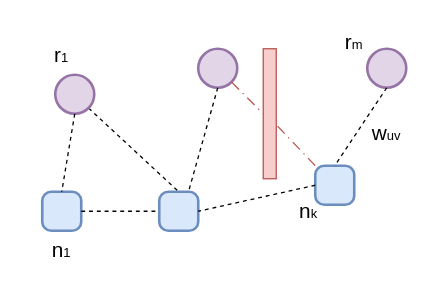
The draw.io diagram Dissertation/images/drawio/ch2_system_graph.drawio in Dima12101/SPbU-Phd-LaTeX-Dissertation, before the edit. Source tidied: cells renumbered, new cells numbered last; positions are measured from the earlier drawing's top-left corner, leaving out a move shared by most shapes. Both pictures are drawn from the tidied source at 130%, with x=0, y=0 at pixel (22, 22).
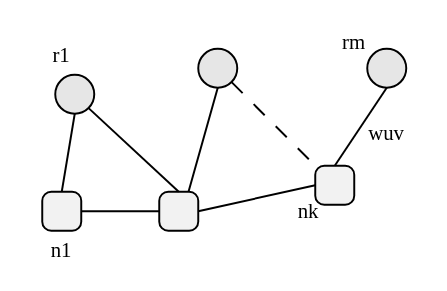
After the change.

Change to the diagram source:
```diff
@@
-<mxGraphModel>
+<mxGraphModel background="#ffffff">
@@
-    <mxCell id="2" style="rounded=1;whiteSpace=wrap;html=1;absoluteArcSize=1;arcSize=14;strokeWidth=2;fillColor=#dae8fc;strokeColor=#6c8ebf;" parent="1" vertex="1">
+    <mxCell id="2" style="rounded=1;whiteSpace=wrap;html=1;absoluteArcSize=1;arcSize=14;strokeWidth=1.5;fillColor=#f2f2f2;strokeColor=#000000;fontColor=#000000;fontFamily=Times New Roman;shadow=0;gradientColor=none;glass=0;fontSize=16;" parent="1" vertex="1">
       <mxGeometry x="15" y="130" width="30" height="30" as="geometry" />
     </mxCell>
-    <mxCell id="3" style="rounded=1;whiteSpace=wrap;html=1;absoluteArcSize=1;arcSize=14;strokeWidth=2;fillColor=#dae8fc;strokeColor=#6c8ebf;" parent="1" vertex="1">
+    <mxCell id="3" style="rounded=1;whiteSpace=wrap;html=1;absoluteArcSize=1;arcSize=14;strokeWidth=1.5;fillColor=#f2f2f2;strokeColor=#000000;fontColor=#000000;fontFamily=Times New Roman;shadow=0;gradientColor=none;glass=0;fontSize=16;" parent="1" vertex="1">
       <mxGeometry x="105" y="130" width="30" height="30" as="geometry" />
     </mxCell>
-    <mxCell id="4" style="rounded=1;whiteSpace=wrap;html=1;absoluteArcSize=1;arcSize=14;strokeWidth=2;fillColor=#dae8fc;strokeColor=#6c8ebf;" parent="1" vertex="1">
+    <mxCell id="4" style="rounded=1;whiteSpace=wrap;html=1;absoluteArcSize=1;arcSize=14;strokeWidth=1.5;fillColor=#f2f2f2;strokeColor=#000000;fontColor=#000000;fontFamily=Times New Roman;shadow=0;gradientColor=none;glass=0;fontSize=16;" parent="1" vertex="1">
       <mxGeometry x="225" y="110" width="30" height="30" as="geometry" />
     </mxCell>
-    <mxCell id="5" style="rounded=0;jettySize=auto;html=1;entryX=0.5;entryY=0;entryDx=0;entryDy=0;endArrow=none;endFill=0;dashed=1;exitX=0.855;exitY=0.855;exitDx=0;exitDy=0;exitPerimeter=0;" parent="1" edge="1" source="6" target="3">
+    <mxCell id="5" style="rounded=0;jettySize=auto;html=1;entryX=0.5;entryY=0;entryDx=0;entryDy=0;endArrow=none;endFill=0;exitX=0.855;exitY=0.855;exitDx=0;exitDy=0;exitPerimeter=0;strokeColor=#000000;fontColor=#000000;strokeWidth=1.5;fontFamily=Times New Roman;fontSize=16;labelBackgroundColor=#ffffff;shadow=0;" parent="1" edge="1" source="6" target="3">
       <mxGeometry relative="1" as="geometry" />
     </mxCell>
-    <mxCell id="6" style="strokeWidth=2;html=1;shape=mxgraph.flowchart.start_2;whiteSpace=wrap;fillColor=#e1d5e7;strokeColor=#9673a6;" parent="1" vertex="1">
+    <mxCell id="6" style="strokeWidth=1.5;html=1;shape=mxgraph.flowchart.start_2;whiteSpace=wrap;fillColor=#e6e6e6;strokeColor=#000000;fontColor=#000000;fontFamily=Times New Roman;shadow=0;gradientColor=none;glass=0;fontSize=16;" parent="1" vertex="1">
       <mxGeometry x="25" y="40" width="30" height="30" as="geometry" />
     </mxCell>
-    <mxCell id="7" style="rounded=0;jettySize=auto;html=1;entryX=0.5;entryY=0;entryDx=0;entryDy=0;endArrow=none;endFill=0;dashed=1;exitX=0.5;exitY=1;exitDx=0;exitDy=0;exitPerimeter=0;" parent="1" edge="1" source="6" target="2">
+    <mxCell id="7" style="rounded=0;jettySize=auto;html=1;entryX=0.5;entryY=0;entryDx=0;entryDy=0;endArrow=none;endFill=0;exitX=0.5;exitY=1;exitDx=0;exitDy=0;exitPerimeter=0;strokeColor=#000000;fontColor=#000000;strokeWidth=1.5;fontFamily=Times New Roman;fontSize=16;labelBackgroundColor=#ffffff;shadow=0;" parent="1" edge="1" source="6" target="2">
       <mxGeometry relative="1" as="geometry" />
     </mxCell>
-    <mxCell id="8" style="strokeWidth=2;html=1;shape=mxgraph.flowchart.start_2;whiteSpace=wrap;fillColor=#e1d5e7;strokeColor=#9673a6;" parent="1" vertex="1">
+    <mxCell id="8" style="strokeWidth=1.5;html=1;shape=mxgraph.flowchart.start_2;whiteSpace=wrap;fillColor=#e6e6e6;strokeColor=#000000;fontColor=#000000;fontFamily=Times New Roman;shadow=0;gradientColor=none;glass=0;fontSize=16;" parent="1" vertex="1">
       <mxGeometry x="135" y="20" width="30" height="30" as="geometry" />
     </mxCell>
-    <mxCell id="9" style="rounded=0;jettySize=auto;html=1;entryX=0.75;entryY=0;entryDx=0;entryDy=0;endArrow=none;endFill=0;dashed=1;exitX=0.5;exitY=1;exitDx=0;exitDy=0;exitPerimeter=0;" parent="1" edge="1" source="8" target="3">
+    <mxCell id="9" style="rounded=0;jettySize=auto;html=1;entryX=0.75;entryY=0;entryDx=0;entryDy=0;endArrow=none;endFill=0;exitX=0.5;exitY=1;exitDx=0;exitDy=0;exitPerimeter=0;strokeColor=#000000;fontColor=#000000;strokeWidth=1.5;fontFamily=Times New Roman;fontSize=16;labelBackgroundColor=#ffffff;shadow=0;" parent="1" edge="1" source="8" target="3">
       <mxGeometry relative="1" as="geometry" />
     </mxCell>
-    <mxCell id="10" style="rounded=0;jettySize=auto;html=1;entryX=0;entryY=0.5;entryDx=0;entryDy=0;endArrow=none;endFill=0;dashed=1;exitX=1;exitY=0.5;exitDx=0;exitDy=0;" parent="1" edge="1" source="2" target="3">
+    <mxCell id="10" style="rounded=0;jettySize=auto;html=1;entryX=0;entryY=0.5;entryDx=0;entryDy=0;endArrow=none;endFill=0;exitX=1;exitY=0.5;exitDx=0;exitDy=0;strokeColor=#000000;fontColor=#000000;strokeWidth=1.5;fontFamily=Times New Roman;fontSize=16;labelBackgroundColor=#ffffff;shadow=0;" parent="1" edge="1" source="2" target="3">
       <mxGeometry relative="1" as="geometry" />
     </mxCell>
-    <mxCell id="11" style="strokeWidth=2;html=1;shape=mxgraph.flowchart.start_2;whiteSpace=wrap;fillColor=#e1d5e7;strokeColor=#9673a6;" parent="1" vertex="1">
+    <mxCell id="11" style="strokeWidth=1.5;html=1;shape=mxgraph.flowchart.start_2;whiteSpace=wrap;fillColor=#e6e6e6;strokeColor=#000000;fontColor=#000000;fontFamily=Times New Roman;shadow=0;gradientColor=none;glass=0;fontSize=16;" parent="1" vertex="1">
       <mxGeometry x="265" y="20" width="30" height="30" as="geometry" />
     </mxCell>
-    <mxCell id="12" style="rounded=0;jettySize=auto;html=1;entryX=1;entryY=0.5;entryDx=0;entryDy=0;endArrow=none;endFill=0;dashed=1;exitX=0;exitY=0.5;exitDx=0;exitDy=0;" parent="1" edge="1" source="4" target="3">
+    <mxCell id="12" style="rounded=0;jettySize=auto;html=1;entryX=1;entryY=0.5;entryDx=0;entryDy=0;endArrow=none;endFill=0;exitX=0;exitY=0.5;exitDx=0;exitDy=0;strokeColor=#000000;fontColor=#000000;strokeWidth=1.5;fontFamily=Times New Roman;fontSize=16;labelBackgroundColor=#ffffff;shadow=0;" parent="1" edge="1" source="4" target="3">
       <mxGeometry relative="1" as="geometry" />
     </mxCell>
-    <mxCell id="13" style="rounded=0;jettySize=auto;html=1;entryX=0.5;entryY=0;entryDx=0;entryDy=0;endArrow=none;endFill=0;dashed=1;exitX=0.5;exitY=1;exitDx=0;exitDy=0;exitPerimeter=0;" parent="1" edge="1" source="11" target="4">
+    <mxCell id="13" style="rounded=0;jettySize=auto;html=1;entryX=0.5;entryY=0;entryDx=0;entryDy=0;endArrow=none;endFill=0;exitX=0.5;exitY=1;exitDx=0;exitDy=0;exitPerimeter=0;strokeColor=#000000;fontColor=#000000;strokeWidth=1.5;fontFamily=Times New Roman;fontSize=16;labelBackgroundColor=#ffffff;shadow=0;" parent="1" edge="1" source="11" target="4">
       <mxGeometry relative="1" as="geometry" />
     </mxCell>
-    <mxCell id="14" value="&lt;span&gt;&lt;font style=&quot;font-size: 16px;&quot;&gt;r&lt;/font&gt;&lt;font style=&quot;font-size: 10px;&quot;&gt;1&lt;/font&gt;&lt;/span&gt;" style="text;html=1;whiteSpace=wrap;strokeColor=none;fillColor=none;align=center;verticalAlign=middle;rounded=0;fontStyle=0;" parent="1" vertex="1">
+    <mxCell id="14" value="&lt;span&gt;&lt;font style=&quot;&quot;&gt;r&lt;/font&gt;&lt;font style=&quot;&quot;&gt;1&lt;/font&gt;&lt;/span&gt;" style="text;html=1;whiteSpace=wrap;strokeColor=none;fillColor=none;align=center;verticalAlign=middle;rounded=0;fontStyle=0;fontColor=#000000;fontFamily=Times New Roman;shadow=0;gradientColor=none;glass=0;fontSize=16;" parent="1" vertex="1">
       <mxGeometry y="10" width="60" height="30" as="geometry" />
     </mxCell>
-    <mxCell id="15" value="&lt;span&gt;&lt;font style=&quot;font-size: 16px;&quot;&gt;r&lt;/font&gt;&lt;font style=&quot;font-size: 10px;&quot;&gt;m&lt;/font&gt;&lt;/span&gt;" style="text;html=1;whiteSpace=wrap;strokeColor=none;fillColor=none;align=center;verticalAlign=middle;rounded=0;fontStyle=0;" parent="1" vertex="1">
+    <mxCell id="15" value="&lt;span&gt;&lt;font style=&quot;&quot;&gt;r&lt;/font&gt;&lt;font style=&quot;&quot;&gt;m&lt;/font&gt;&lt;/span&gt;" style="text;html=1;whiteSpace=wrap;strokeColor=none;fillColor=none;align=center;verticalAlign=middle;rounded=0;fontStyle=0;fontColor=#000000;fontFamily=Times New Roman;shadow=0;gradientColor=none;glass=0;fontSize=16;" parent="1" vertex="1">
       <mxGeometry x="225" width="60" height="30" as="geometry" />
     </mxCell>
-    <mxCell id="16" value="&lt;span&gt;&lt;font style=&quot;font-size: 16px;&quot;&gt;n&lt;/font&gt;&lt;font style=&quot;font-size: 10px;&quot;&gt;1&lt;/font&gt;&lt;/span&gt;" style="text;html=1;whiteSpace=wrap;strokeColor=none;fillColor=none;align=center;verticalAlign=middle;rounded=0;fontStyle=0;" parent="1" vertex="1">
+    <mxCell id="16" value="&lt;span&gt;&lt;font style=&quot;&quot;&gt;n&lt;/font&gt;&lt;font style=&quot;&quot;&gt;1&lt;/font&gt;&lt;/span&gt;" style="text;html=1;whiteSpace=wrap;strokeColor=none;fillColor=none;align=center;verticalAlign=middle;rounded=0;fontStyle=0;fontColor=#000000;fontFamily=Times New Roman;shadow=0;gradientColor=none;glass=0;fontSize=16;" parent="1" vertex="1">
       <mxGeometry y="160" width="60" height="30" as="geometry" />
     </mxCell>
-    <mxCell id="17" value="&lt;span&gt;&lt;font style=&quot;font-size: 16px;&quot;&gt;n&lt;/font&gt;&lt;font style=&quot;font-size: 10px;&quot;&gt;k&lt;/font&gt;&lt;/span&gt;" style="text;html=1;whiteSpace=wrap;strokeColor=none;fillColor=none;align=center;verticalAlign=middle;rounded=0;fontStyle=0;" parent="1" vertex="1">
+    <mxCell id="17" value="&lt;span&gt;&lt;font style=&quot;&quot;&gt;n&lt;/font&gt;&lt;font style=&quot;&quot;&gt;k&lt;/font&gt;&lt;/span&gt;" style="text;html=1;whiteSpace=wrap;strokeColor=none;fillColor=none;align=center;verticalAlign=middle;rounded=0;fontStyle=0;fontColor=#000000;fontFamily=Times New Roman;shadow=0;gradientColor=none;glass=0;fontSize=16;" parent="1" vertex="1">
       <mxGeometry x="190" y="130" width="60" height="30" as="geometry" />
     </mxCell>
-    <mxCell id="18" value="&lt;span&gt;&lt;font style=&quot;font-size: 16px;&quot;&gt;w&lt;/font&gt;&lt;font style=&quot;font-size: 10px;&quot;&gt;uv&lt;/font&gt;&lt;/span&gt;" style="text;html=1;whiteSpace=wrap;strokeColor=none;fillColor=none;align=center;verticalAlign=middle;rounded=0;fontStyle=0;" parent="1" vertex="1">
+    <mxCell id="18" value="&lt;span&gt;&lt;font style=&quot;&quot;&gt;w&lt;/font&gt;&lt;font style=&quot;&quot;&gt;uv&lt;/font&gt;&lt;/span&gt;" style="text;html=1;whiteSpace=wrap;strokeColor=none;fillColor=none;align=center;verticalAlign=middle;rounded=0;fontStyle=0;fontColor=#000000;fontFamily=Times New Roman;shadow=0;gradientColor=none;glass=0;fontSize=16;" parent="1" vertex="1">
       <mxGeometry x="250" y="70" width="60" height="30" as="geometry" />
     </mxCell>
-    <mxCell id="19" style="rounded=0;jettySize=auto;html=1;entryX=0;entryY=0;entryDx=0;entryDy=0;endArrow=none;endFill=0;dashed=1;fillColor=#f8cecc;strokeColor=#b85450;dashPattern=8 4 1 4;exitX=1.1;exitY=0.595;exitDx=0;exitDy=0;exitPerimeter=0;" parent="1" edge="1" source="20" target="4">
-      <mxGeometry relative="1" as="geometry" />
-    </mxCell>
-    <mxCell id="20" style="rounded=0;whiteSpace=wrap;html=1;fillColor=#f8cecc;strokeColor=#b85450;" parent="1" vertex="1">
-      <mxGeometry x="185" y="20" width="10" height="100" as="geometry" />
-    </mxCell>
-    <mxCell id="21" style="rounded=0;jettySize=auto;html=1;entryX=0;entryY=0.5;entryDx=0;entryDy=0;endArrow=none;endFill=0;dashed=1;fillColor=#f8cecc;strokeColor=#b85450;dashPattern=8 4 1 4;exitX=0.855;exitY=0.855;exitDx=0;exitDy=0;exitPerimeter=0;" parent="1" edge="1" source="8" target="20">
-      <mxGeometry relative="1" as="geometry" />
-    </mxCell>
+    <mxCell id="22" style="rounded=0;jettySize=auto;html=1;entryX=0;entryY=0;entryDx=0;entryDy=0;endArrow=none;endFill=0;dashed=1;exitX=0.855;exitY=0.855;exitDx=0;exitDy=0;exitPerimeter=0;strokeColor=#000000;fontColor=#000000;strokeWidth=1.5;fontFamily=Times New Roman;fontSize=16;labelBackgroundColor=#ffffff;shadow=0;dashPattern=8 8;" parent="1" edge="1" source="8" target="4">
+      <mxGeometry relative="1" as="geometry" />
+    </mxCell>
```
